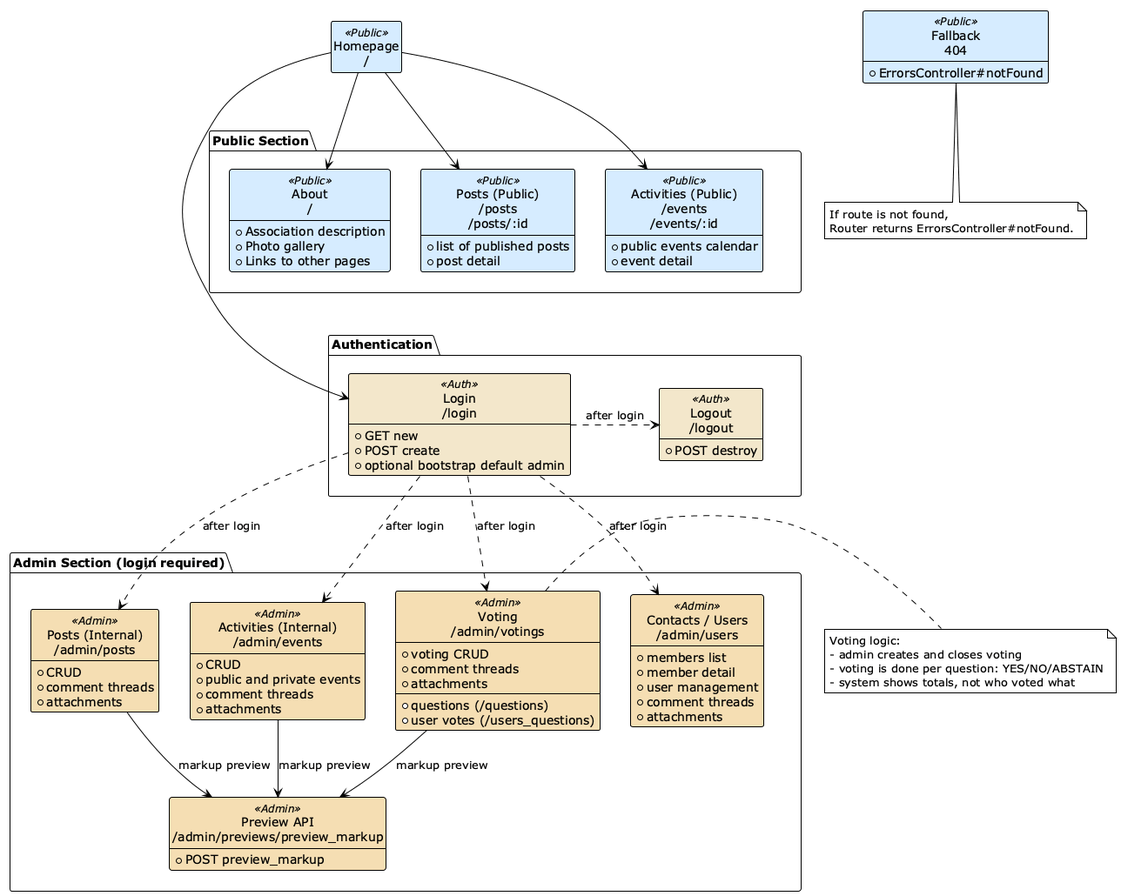
Above: docs/diagrams/Sitemap Diagram.png in jacky32/slovjani (PlantUML), before the change.
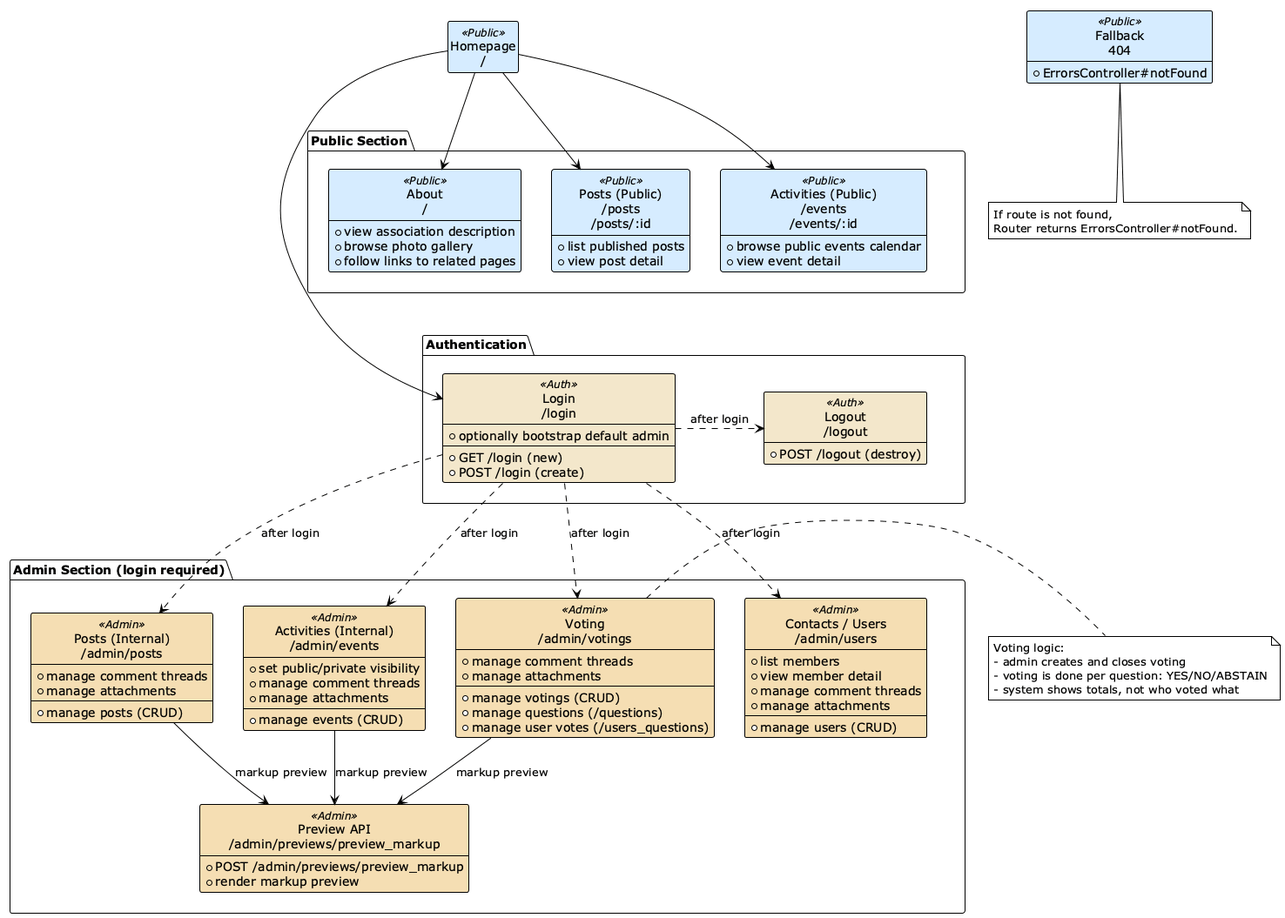
After the change.

Commit message:
Update sitemap diagram

What changed in the source:
```diff
@@ -14,66 +14,67 @@
 
 package "Public Section" as PublicSection {
     class "About\n/" as PublicHome <<Public>> {
-        + Association description
-        + Photo gallery
-        + Links to other pages
+        + view association description
+        + browse photo gallery
+        + follow links to related pages
     }
 
     class "Posts (Public)\n/posts\n/posts/:id" as PublicPosts <<Public>> {
-        + list of published posts
-        + post detail
+        + list published posts
+        + view post detail
     }
 
     class "Activities (Public)\n/events\n/events/:id" as PublicEvents <<Public>> {
-        + public events calendar
-        + event detail
+        + browse public events calendar
+        + view event detail
     }
 }
 
 package "Authentication" as AuthSection {
     class "Login\n/login" as Login <<Auth>> {
-        + GET new
-        + POST create
-        + optional bootstrap default admin
+        + GET /login (new)
+        + POST /login (create)
+        + optionally bootstrap default admin
     }
 
     class "Logout\n/logout" as Logout <<Auth>> {
-        + POST destroy
+        + POST /logout (destroy)
     }
 }
 
 package "Admin Section (login required)" as AdminSection {
     class "Posts (Internal)\n/admin/posts" as AdminPosts <<Admin>> {
-        + CRUD
-        + comment threads
-        + attachments
+        + manage posts (CRUD)
+        + manage comment threads
+        + manage attachments
     }
 
     class "Activities (Internal)\n/admin/events" as AdminEvents <<Admin>> {
-        + CRUD
-        + public and private events
-        + comment threads
-        + attachments
+        + manage events (CRUD)
+        + set public/private visibility
+        + manage comment threads
+        + manage attachments
     }
 
     class "Voting\n/admin/votings" as AdminVotings <<Admin>> {
-        + voting CRUD
-        + questions (/questions)
-        + user votes (/users_questions)
-        + comment threads
-        + attachments
+        + manage votings (CRUD)
+        + manage questions (/questions)
+        + manage user votes (/users_questions)
+        + manage comment threads
+        + manage attachments
     }
 
     class "Contacts / Users\n/admin/users" as AdminUsers <<Admin>> {
-        + members list
-        + member detail
-        + user management
-        + comment threads
-        + attachments
+        + list members
+        + view member detail
+        + manage users (CRUD)
+        + manage comment threads
+        + manage attachments
     }
 
     class "Preview API\n/admin/previews/preview_markup" as AdminPreview <<Admin>> {
-        + POST preview_markup
+        + POST /admin/previews/preview_markup
+        + render markup preview
     }
 }
 
```
